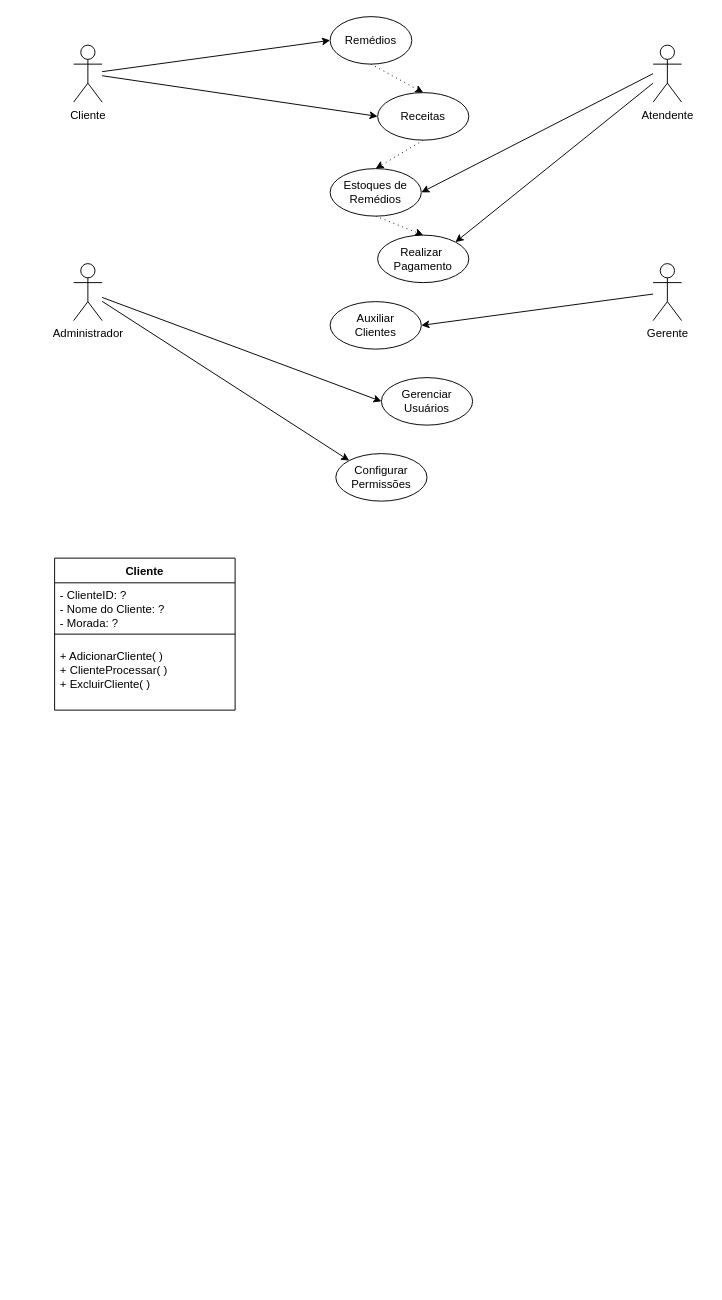
Before: page "6-26/03/25" (6 of 7) of Diagrama sem nome.drawio in luann490/diagramasderequisitos, a draw.io diagram. Source tidied: cells renumbered, new cells numbered last; positions are measured from the earlier drawing's top-left corner, leaving out a move shared by most shapes. Both pictures are drawn from the tidied source at 95%, with x=0, y=0 at pixel (54, 16).
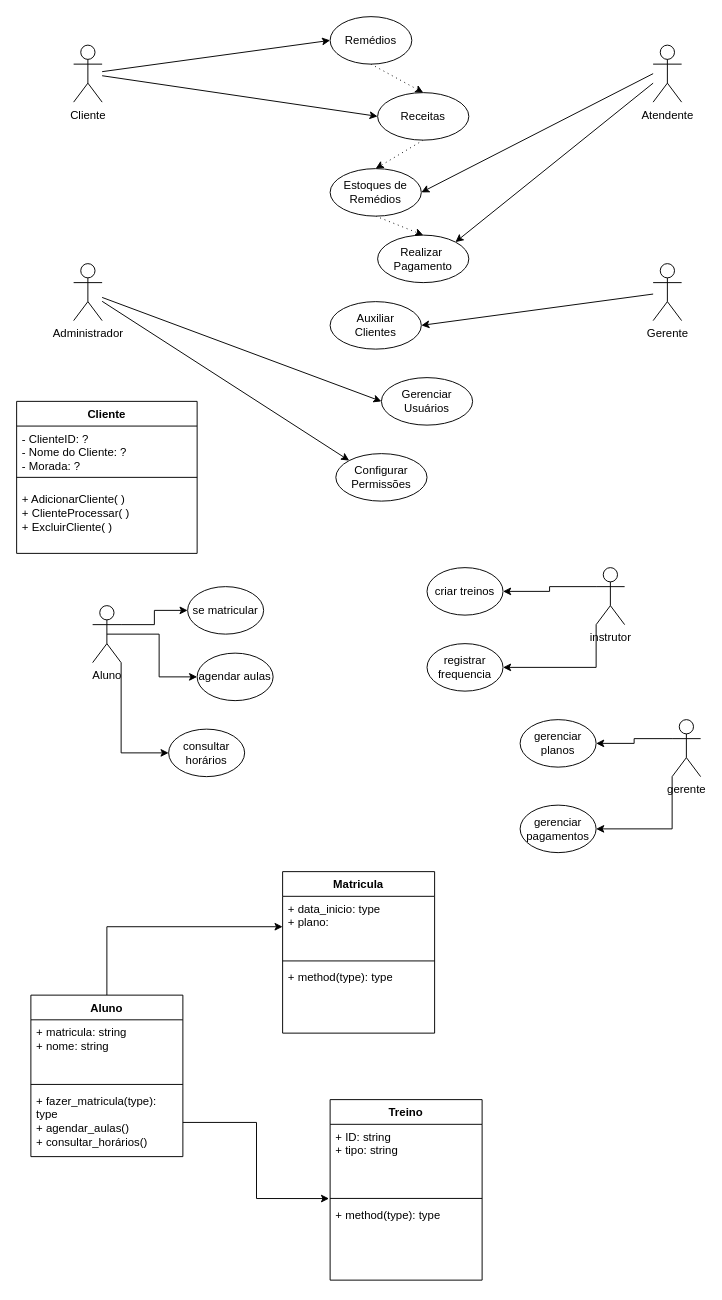
The same diagram, later.

Change to the diagram source:
```diff
@@
     <mxCell id="23" value="Cliente" style="swimlane;fontStyle=1;align=center;verticalAlign=top;horizontal=1;startSize=26;whiteSpace=wrap;html=1;" parent="1" vertex="1">
-      <mxGeometry y="570" width="190" height="160" as="geometry" />
+      <mxGeometry x="-40" y="405" width="190" height="160" as="geometry" />
     </mxCell>
@@
+    <mxCell id="27" style="edgeStyle=orthogonalEdgeStyle;rounded=0;jettySize=auto;html=1;exitX=1;exitY=0.3333333333333333;exitDx=0;exitDy=0;exitPerimeter=0;entryX=0;entryY=0.5;entryDx=0;entryDy=0;" parent="1" edge="1" source="30" target="39">
+      <mxGeometry relative="1" as="geometry" />
+    </mxCell>
+    <mxCell id="28" style="edgeStyle=orthogonalEdgeStyle;rounded=0;jettySize=auto;html=1;exitX=0.5;exitY=0.5;exitDx=0;exitDy=0;exitPerimeter=0;entryX=0;entryY=0.5;entryDx=0;entryDy=0;" parent="1" edge="1" source="30" target="38">
+      <mxGeometry relative="1" as="geometry" />
+    </mxCell>
+    <mxCell id="29" style="edgeStyle=orthogonalEdgeStyle;rounded=0;jettySize=auto;html=1;exitX=1;exitY=1;exitDx=0;exitDy=0;exitPerimeter=0;entryX=0;entryY=0.5;entryDx=0;entryDy=0;" parent="1" edge="1" source="30" target="37">
+      <mxGeometry relative="1" as="geometry" />
+    </mxCell>
+    <mxCell id="30" value="Aluno" style="shape=umlActor;verticalLabelPosition=bottom;verticalAlign=top;html=1;" parent="1" vertex="1">
+      <mxGeometry x="40" y="620" width="30" height="60" as="geometry" />
+    </mxCell>
+    <mxCell id="31" style="edgeStyle=orthogonalEdgeStyle;rounded=0;jettySize=auto;html=1;exitX=0;exitY=0.3333333333333333;exitDx=0;exitDy=0;exitPerimeter=0;entryX=1;entryY=0.5;entryDx=0;entryDy=0;" parent="1" edge="1" source="33" target="40">
+      <mxGeometry relative="1" as="geometry" />
+    </mxCell>
+    <mxCell id="32" style="edgeStyle=orthogonalEdgeStyle;rounded=0;jettySize=auto;html=1;exitX=0;exitY=1;exitDx=0;exitDy=0;exitPerimeter=0;entryX=1;entryY=0.5;entryDx=0;entryDy=0;" parent="1" edge="1" source="33" target="41">
+      <mxGeometry relative="1" as="geometry" />
+    </mxCell>
+    <mxCell id="33" value="instrutor" style="shape=umlActor;verticalLabelPosition=bottom;verticalAlign=top;html=1;" parent="1" vertex="1">
+      <mxGeometry x="570" y="580" width="30" height="60" as="geometry" />
+    </mxCell>
+    <mxCell id="34" style="edgeStyle=orthogonalEdgeStyle;rounded=0;jettySize=auto;html=1;exitX=0;exitY=0.3333333333333333;exitDx=0;exitDy=0;exitPerimeter=0;entryX=1;entryY=0.5;entryDx=0;entryDy=0;" parent="1" edge="1" source="36" target="42">
+      <mxGeometry relative="1" as="geometry" />
+    </mxCell>
+    <mxCell id="35" style="edgeStyle=orthogonalEdgeStyle;rounded=0;jettySize=auto;html=1;exitX=0;exitY=1;exitDx=0;exitDy=0;exitPerimeter=0;entryX=1;entryY=0.5;entryDx=0;entryDy=0;" parent="1" edge="1" source="36" target="43">
+      <mxGeometry relative="1" as="geometry" />
+    </mxCell>
+    <mxCell id="36" value="gerente" style="shape=umlActor;verticalLabelPosition=bottom;verticalAlign=top;html=1;" parent="1" vertex="1">
+      <mxGeometry x="650" y="740" width="30" height="60" as="geometry" />
+    </mxCell>
+    <mxCell id="37" value="consultar horários" style="ellipse;whiteSpace=wrap;html=1;" parent="1" vertex="1">
+      <mxGeometry x="120" y="750" width="80" height="50" as="geometry" />
+    </mxCell>
+    <mxCell id="38" value="agendar aulas" style="ellipse;whiteSpace=wrap;html=1;" parent="1" vertex="1">
+      <mxGeometry x="150" y="670" width="80" height="50" as="geometry" />
+    </mxCell>
+    <mxCell id="39" value="se matricular" style="ellipse;whiteSpace=wrap;html=1;" parent="1" vertex="1">
+      <mxGeometry x="140" y="600" width="80" height="50" as="geometry" />
+    </mxCell>
+    <mxCell id="40" value="criar treinos" style="ellipse;whiteSpace=wrap;html=1;" parent="1" vertex="1">
+      <mxGeometry x="392" y="580" width="80" height="50" as="geometry" />
+    </mxCell>
+    <mxCell id="41" value="registrar frequencia" style="ellipse;whiteSpace=wrap;html=1;" parent="1" vertex="1">
+      <mxGeometry x="392" y="660" width="80" height="50" as="geometry" />
+    </mxCell>
+    <mxCell id="42" value="gerenciar planos" style="ellipse;whiteSpace=wrap;html=1;" parent="1" vertex="1">
+      <mxGeometry x="490" y="740" width="80" height="50" as="geometry" />
+    </mxCell>
+    <mxCell id="43" value="gerenciar pagamentos" style="ellipse;whiteSpace=wrap;html=1;" parent="1" vertex="1">
+      <mxGeometry x="490" y="830" width="80" height="50" as="geometry" />
+    </mxCell>
+    <mxCell id="44" style="edgeStyle=orthogonalEdgeStyle;rounded=0;jettySize=auto;html=1;exitX=0.5;exitY=0;exitDx=0;exitDy=0;entryX=0;entryY=0.5;entryDx=0;entryDy=0;" parent="1" edge="1" source="45" target="50">
+      <mxGeometry relative="1" as="geometry" />
+    </mxCell>
+    <mxCell id="45" value="Aluno" style="swimlane;fontStyle=1;align=center;verticalAlign=top;horizontal=1;startSize=26;whiteSpace=wrap;html=1;" parent="1" vertex="1">
+      <mxGeometry x="-25" y="1030" width="160" height="170" as="geometry" />
+    </mxCell>
+    <mxCell id="46" value="+ matricula: string&lt;div&gt;+ nome: string&lt;/div&gt;" style="text;strokeColor=none;fillColor=none;align=left;verticalAlign=top;spacingLeft=4;spacingRight=4;overflow=hidden;whiteSpace=wrap;html=1;" parent="45" vertex="1">
+      <mxGeometry y="26" width="160" height="64" as="geometry" />
+    </mxCell>
+    <mxCell id="47" style="line;strokeWidth=1;fillColor=none;align=left;verticalAlign=middle;spacingTop=-1;spacingLeft=3;spacingRight=3;labelPosition=right;strokeColor=inherit;" parent="45" vertex="1">
+      <mxGeometry y="90" width="160" height="8" as="geometry" />
+    </mxCell>
+    <mxCell id="48" value="+ fazer_matricula(type): type&lt;div&gt;+ agendar_aulas()&lt;/div&gt;&lt;div&gt;+ consultar_horários()&lt;/div&gt;" style="text;strokeColor=none;fillColor=none;align=left;verticalAlign=top;spacingLeft=4;spacingRight=4;overflow=hidden;points=[[0,0.5],[1,0.5]];portConstraint=eastwest;whiteSpace=wrap;html=1;" parent="45" vertex="1">
+      <mxGeometry y="98" width="160" height="72" as="geometry" />
+    </mxCell>
+    <mxCell id="49" value="Matricula" style="swimlane;fontStyle=1;align=center;verticalAlign=top;horizontal=1;startSize=26;whiteSpace=wrap;html=1;" parent="1" vertex="1">
+      <mxGeometry x="240" y="900" width="160" height="170" as="geometry" />
+    </mxCell>
+    <mxCell id="50" value="+ data_inicio: type&lt;div&gt;+ plano:&lt;/div&gt;" style="text;strokeColor=none;fillColor=none;align=left;verticalAlign=top;spacingLeft=4;spacingRight=4;overflow=hidden;points=[[0,0.5],[1,0.5]];portConstraint=eastwest;whiteSpace=wrap;html=1;" parent="49" vertex="1">
+      <mxGeometry y="26" width="160" height="64" as="geometry" />
+    </mxCell>
+    <mxCell id="51" style="line;strokeWidth=1;fillColor=none;align=left;verticalAlign=middle;spacingTop=-1;spacingLeft=3;spacingRight=3;labelPosition=right;strokeColor=inherit;" parent="49" vertex="1">
+      <mxGeometry y="90" width="160" height="8" as="geometry" />
+    </mxCell>
+    <mxCell id="52" value="+ method(type): type" style="text;strokeColor=none;fillColor=none;align=left;verticalAlign=top;spacingLeft=4;spacingRight=4;overflow=hidden;whiteSpace=wrap;html=1;" parent="49" vertex="1">
+      <mxGeometry y="98" width="160" height="72" as="geometry" />
+    </mxCell>
+    <mxCell id="53" value="Treino" style="swimlane;fontStyle=1;align=center;verticalAlign=top;horizontal=1;startSize=26;whiteSpace=wrap;html=1;" parent="1" vertex="1">
+      <mxGeometry x="290" y="1140" width="160" height="190" as="geometry" />
+    </mxCell>
+    <mxCell id="54" value="+ ID: string&lt;div&gt;+ tipo: string&lt;/div&gt;" style="text;strokeColor=none;fillColor=none;align=left;verticalAlign=top;spacingLeft=4;spacingRight=4;overflow=hidden;whiteSpace=wrap;html=1;" parent="53" vertex="1">
+      <mxGeometry y="26" width="160" height="74" as="geometry" />
+    </mxCell>
+    <mxCell id="55" style="line;strokeWidth=1;fillColor=none;align=left;verticalAlign=middle;spacingTop=-1;spacingLeft=3;spacingRight=3;labelPosition=right;strokeColor=inherit;" parent="53" vertex="1">
+      <mxGeometry y="100" width="160" height="8" as="geometry" />
+    </mxCell>
+    <mxCell id="56" value="+ method(type): type" style="text;strokeColor=none;fillColor=none;align=left;verticalAlign=top;spacingLeft=4;spacingRight=4;overflow=hidden;points=[[0,0.5],[1,0.5]];portConstraint=eastwest;whiteSpace=wrap;html=1;" parent="53" vertex="1">
+      <mxGeometry y="108" width="160" height="82" as="geometry" />
+    </mxCell>
+    <mxCell id="57" style="edgeStyle=orthogonalEdgeStyle;rounded=0;jettySize=auto;html=1;exitX=1;exitY=0.5;exitDx=0;exitDy=0;entryX=-0.007;entryY=-0.047;entryDx=0;entryDy=0;entryPerimeter=0;" parent="1" edge="1" source="48" target="56">
+      <mxGeometry relative="1" as="geometry" />
+    </mxCell>
```
